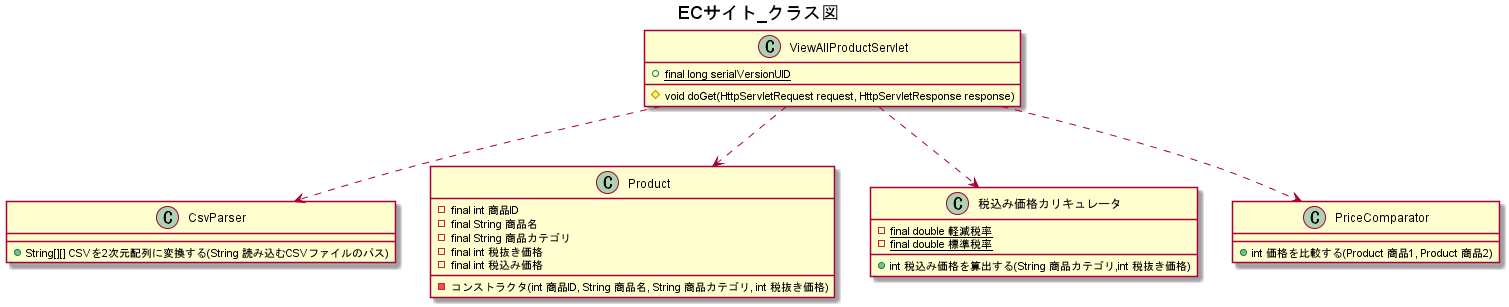
This is UML/ECサイト_クラス図.png from wnakayama/ojt_ecsite, a PlantUML export, as it was before one commit.
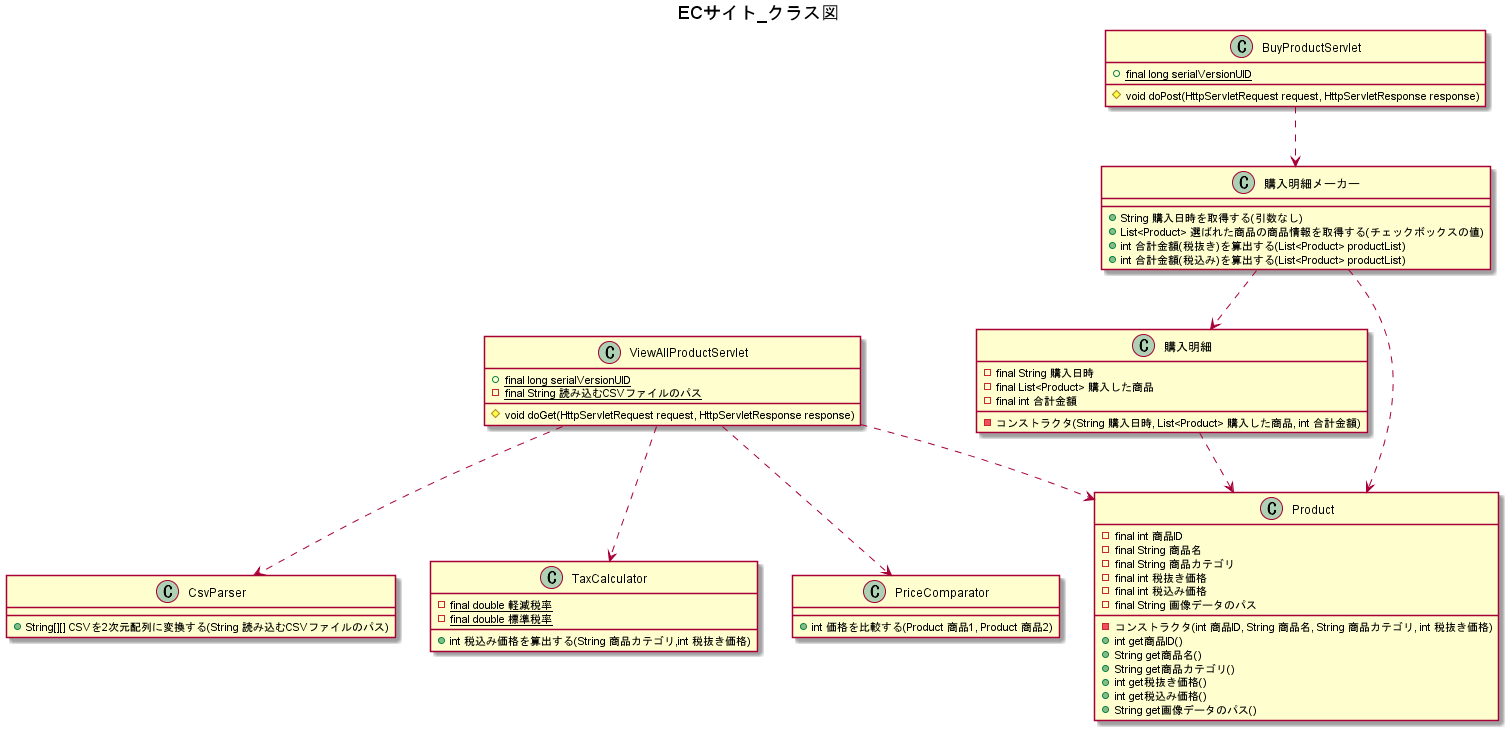
Later version of the same file.

Change to the diagram source:
```diff
@@ -3,8 +3,29 @@
 
 class ViewAllProductServlet {
     +{static} final long serialVersionUID
+    -{static} final String 読み込むCSVファイルのパス
+    #void doGet(HttpServletRequest request, HttpServletResponse response)
+}
 
-    #void doGet(HttpServletRequest request, HttpServletResponse response)
+class BuyProductServlet {
+    +{static} final long serialVersionUID
+    #void doPost(HttpServletRequest request, HttpServletResponse response)
+}
+
+BuyProductServlet ..> 購入明細メーカー
+class 購入明細メーカー {
+    +String 購入日時を取得する(引数なし)
+    +List<Product> 選ばれた商品の商品情報を取得する(チェックボックスの値)
+    +int 合計金額(税抜き)を算出する(List<Product> productList)
+    +int 合計金額(税込み)を算出する(List<Product> productList)
+}
+
+購入明細メーカー ..> 購入明細
+class 購入明細 {
+    -final String 購入日時
+    -final List<Product> 購入した商品
+    -final int 合計金額
+    -コンストラクタ(String 購入日時, List<Product> 購入した商品, int 合計金額)
 }
 
 ViewAllProductServlet ..> CsvParser
@@ -12,20 +33,8 @@
     +String[][] CSVを2次元配列に変換する(String 読み込むCSVファイルのパス)
 }
 
-
-ViewAllProductServlet ..> Product
-class Product {
-    -final int 商品ID
-    -final String 商品名
-    -final String 商品カテゴリ
-    -final int 税抜き価格
-    -final int 税込み価格
-
-    -コンストラクタ(int 商品ID, String 商品名, String 商品カテゴリ, int 税抜き価格)
-}
-
-ViewAllProductServlet ..> 税込み価格カリキュレータ
-class 税込み価格カリキュレータ {
+ViewAllProductServlet ..> TaxCalculator
+class TaxCalculator {
     -{static}final double 軽減税率
     -{static}final double 標準税率
 
@@ -37,4 +46,22 @@
     +int 価格を比較する(Product 商品1, Product 商品2)
 }
 
+ViewAllProductServlet ..> Product
+購入明細メーカー ..> Product
+購入明細 ..> Product
+class Product {
+    -final int 商品ID
+    -final String 商品名
+    -final String 商品カテゴリ
+    -final int 税抜き価格
+    -final int 税込み価格
+    -final String 画像データのパス
+    -コンストラクタ(int 商品ID, String 商品名, String 商品カテゴリ, int 税抜き価格)
+    +int get商品ID()
+    +String get商品名()
+    +String get商品カテゴリ()
+    +int get税抜き価格()
+    +int get税込み価格()
+    +String get画像データのパス()
+}
 @enduml
```
